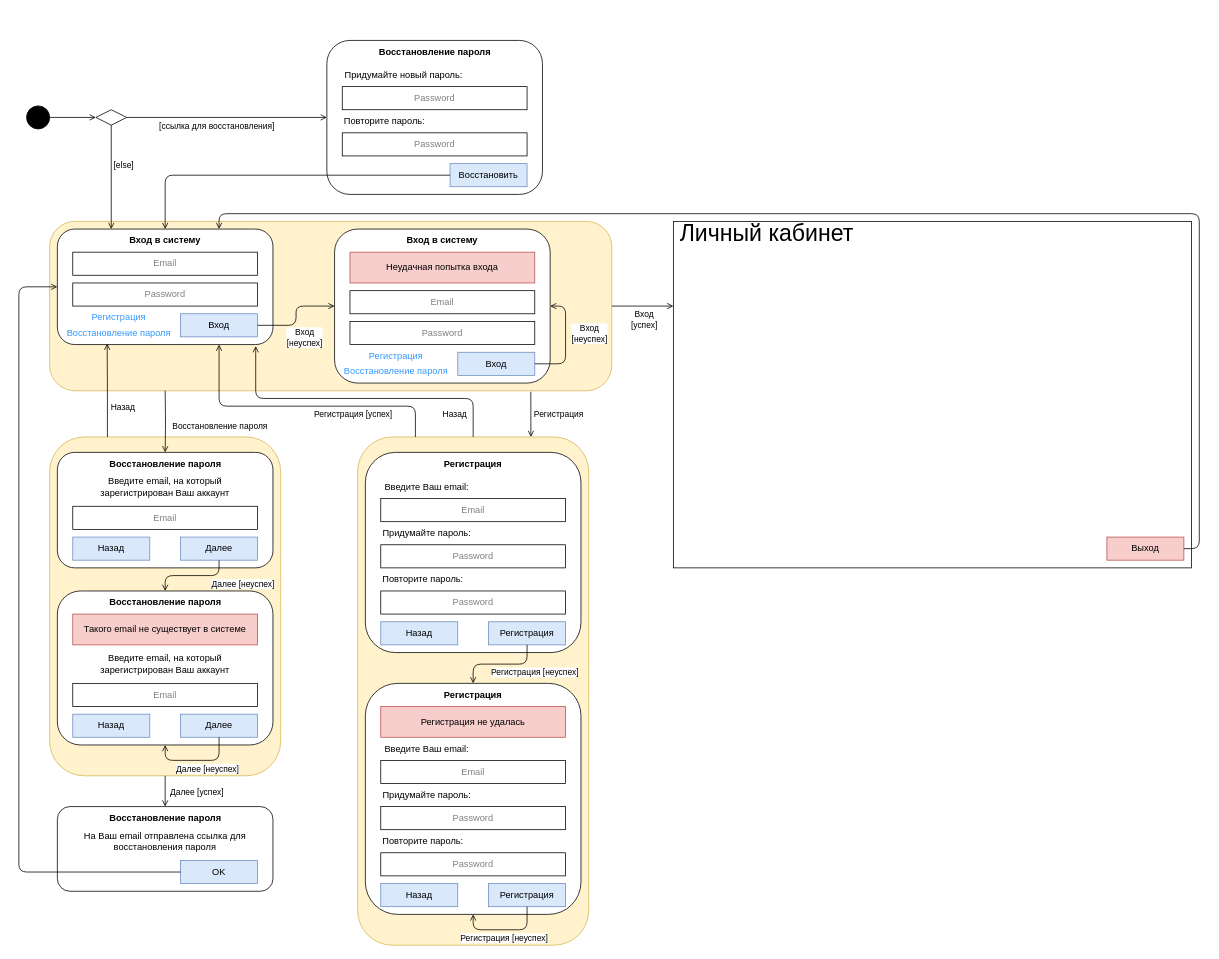
Earlier version of the draw.io diagram raw/gui.drawio (aVorotnikov/micro_design). Source tidied: cells renumbered, new cells numbered last; positions are measured from the earlier drawing's top-left corner, leaving out a move shared by most shapes. Both pictures are drawn from the tidied source at 77%, with x=0, y=0 at pixel (18, 40).
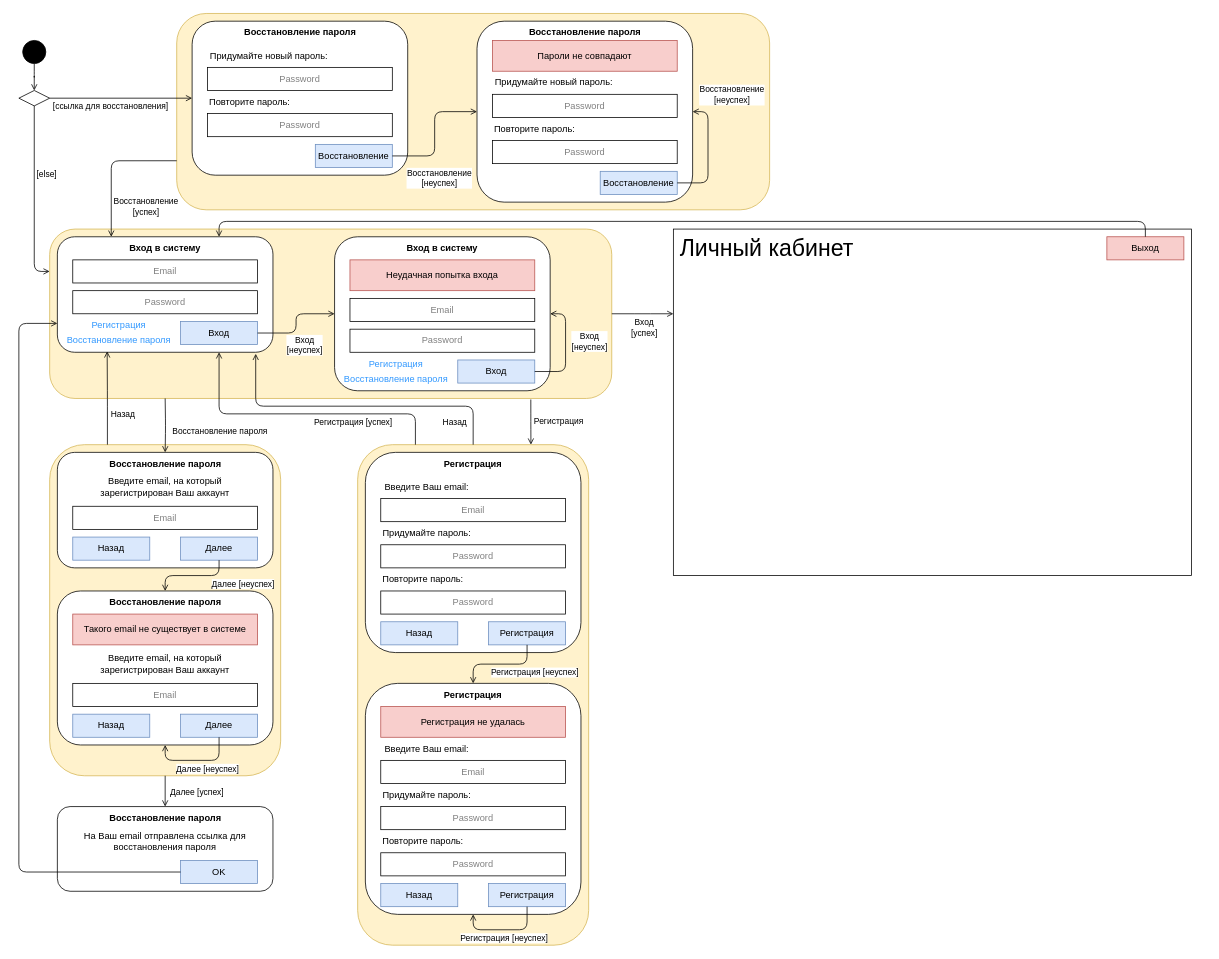
The same page after the edit.

Commit message (it also covers changes not shown here):
Неуспешный сценарий в восстановлении пароля

The change refers to these unchanged cells:
```xml
<mxCell id="21" value="&lt;b&gt;Восстановление пароля&lt;/b&gt;" style="text;html=1;strokeColor=none;fillColor=none;align=center;verticalAlign=middle;whiteSpace=wrap;rounded=0;" parent="1" vertex="1">
  <mxGeometry x="102.5" y="535" width="175" height="30" as="geometry" />
</mxCell>
<mxCell id="36" value="OK" style="rounded=0;whiteSpace=wrap;html=1;fillColor=#dae8fc;strokeColor=#6c8ebf;" parent="1" vertex="1">
  <mxGeometry x="210" y="1065" width="100" height="30" as="geometry" />
</mxCell>
<mxCell id="94" style="edgeStyle=orthogonalEdgeStyle;rounded=1;jettySize=auto;html=1;endArrow=open;endFill=0;curved=0;exitX=1;exitY=0.5;exitDx=0;exitDy=0;entryX=0;entryY=0.5;entryDx=0;entryDy=0;" parent="1" edge="1" source="91" target="96">
  <mxGeometry relative="1" as="geometry" />
</mxCell>
```

The edit, as a diff of the source:
```diff
@@
+    <mxCell id="104" style="rounded=1;whiteSpace=wrap;html=1;fillColor=#fff2cc;strokeColor=#d6b656;" parent="1" vertex="1">
+      <mxGeometry x="205" y="-35" width="770" height="255" as="geometry" />
+    </mxCell>
     <mxCell id="2" style="rounded=1;whiteSpace=wrap;html=1;fillColor=#fff2cc;strokeColor=#d6b656;" parent="1" vertex="1">
-      <mxGeometry x="440" y="515" width="300" height="660" as="geometry" />
+      <mxGeometry x="440" y="525" width="300" height="650" as="geometry" />
     </mxCell>
     <mxCell id="3" style="rounded=1;whiteSpace=wrap;html=1;fillColor=#fff2cc;strokeColor=#d6b656;" parent="1" vertex="1">
-      <mxGeometry x="40" y="515" width="300" height="440" as="geometry" />
+      <mxGeometry x="40" y="525" width="300" height="430" as="geometry" />
     </mxCell>
     <mxCell id="4" style="rounded=1;whiteSpace=wrap;html=1;fillColor=#fff2cc;strokeColor=#d6b656;" parent="1" vertex="1">
-      <mxGeometry x="40" y="235" width="730" height="220" as="geometry" />
+      <mxGeometry x="40" y="245" width="730" height="220" as="geometry" />
     </mxCell>
     <mxCell id="5" style="rounded=1;whiteSpace=wrap;html=1;" parent="1" vertex="1">
-      <mxGeometry x="50" y="245" width="280" height="150" as="geometry" />
+      <mxGeometry x="50" y="255" width="280" height="150" as="geometry" />
     </mxCell>
     <mxCell id="6" value="&lt;b&gt;Вход в систему&lt;/b&gt;" style="text;html=1;strokeColor=none;fillColor=none;align=center;verticalAlign=middle;whiteSpace=wrap;rounded=0;" parent="1" vertex="1">
-      <mxGeometry x="135" y="245" width="110" height="30" as="geometry" />
+      <mxGeometry x="135" y="255" width="110" height="30" as="geometry" />
     </mxCell>
     <mxCell id="7" value="Email" style="rounded=0;whiteSpace=wrap;html=1;fontColor=#808080;" parent="1" vertex="1">
-      <mxGeometry x="70" y="275" width="240" height="30" as="geometry" />
+      <mxGeometry x="70" y="285" width="240" height="30" as="geometry" />
     </mxCell>
     <mxCell id="8" value="Password" style="rounded=0;whiteSpace=wrap;html=1;fontColor=#808080;" parent="1" vertex="1">
-      <mxGeometry x="70" y="315" width="240" height="30" as="geometry" />
+      <mxGeometry x="70" y="325" width="240" height="30" as="geometry" />
     </mxCell>
     <mxCell id="9" value="Вход" style="rounded=0;whiteSpace=wrap;html=1;fillColor=#dae8fc;strokeColor=#6c8ebf;" parent="1" vertex="1">
-      <mxGeometry x="210" y="355" width="100" height="30" as="geometry" />
+      <mxGeometry x="210" y="365" width="100" height="30" as="geometry" />
     </mxCell>
     <mxCell id="10" value="&lt;font color=&quot;#3399ff&quot;&gt;Регистрация&lt;/font&gt;" style="text;html=1;strokeColor=none;fillColor=none;align=center;verticalAlign=middle;whiteSpace=wrap;rounded=0;" parent="1" vertex="1">
-      <mxGeometry x="90" y="345" width="80" height="30" as="geometry" />
+      <mxGeometry x="90" y="355" width="80" height="30" as="geometry" />
     </mxCell>
     <mxCell id="11" value="&lt;font color=&quot;#3399ff&quot;&gt;Восстановление пароля&lt;/font&gt;" style="text;html=1;strokeColor=none;fillColor=none;align=center;verticalAlign=middle;whiteSpace=wrap;rounded=0;" parent="1" vertex="1">
-      <mxGeometry x="50" y="365" width="160" height="30" as="geometry" />
+      <mxGeometry x="50" y="375" width="160" height="30" as="geometry" />
     </mxCell>
     <mxCell id="12" style="rounded=1;whiteSpace=wrap;html=1;" parent="1" vertex="1">
-      <mxGeometry x="410" y="245" width="280" height="200" as="geometry" />
+      <mxGeometry x="410" y="255" width="280" height="200" as="geometry" />
     </mxCell>
     <mxCell id="13" value="&lt;b&gt;Вход в систему&lt;/b&gt;" style="text;html=1;strokeColor=none;fillColor=none;align=center;verticalAlign=middle;whiteSpace=wrap;rounded=0;" parent="1" vertex="1">
-      <mxGeometry x="495" y="245" width="110" height="30" as="geometry" />
+      <mxGeometry x="495" y="255" width="110" height="30" as="geometry" />
     </mxCell>
     <mxCell id="14" value="Email" style="rounded=0;whiteSpace=wrap;html=1;fontColor=#808080;" parent="1" vertex="1">
-      <mxGeometry x="430" y="325" width="240" height="30" as="geometry" />
+      <mxGeometry x="430" y="335" width="240" height="30" as="geometry" />
     </mxCell>
     <mxCell id="15" value="Password" style="rounded=0;whiteSpace=wrap;html=1;fontColor=#808080;" parent="1" vertex="1">
-      <mxGeometry x="430" y="365" width="240" height="30" as="geometry" />
+      <mxGeometry x="430" y="375" width="240" height="30" as="geometry" />
     </mxCell>
     <mxCell id="16" value="Вход" style="rounded=0;whiteSpace=wrap;html=1;fillColor=#dae8fc;strokeColor=#6c8ebf;" parent="1" vertex="1">
-      <mxGeometry x="570" y="405" width="100" height="30" as="geometry" />
+      <mxGeometry x="570" y="415" width="100" height="30" as="geometry" />
     </mxCell>
     <mxCell id="17" value="&lt;font color=&quot;#3399ff&quot;&gt;Регистрация&lt;/font&gt;" style="text;html=1;strokeColor=none;fillColor=none;align=center;verticalAlign=middle;whiteSpace=wrap;rounded=0;" parent="1" vertex="1">
-      <mxGeometry x="450" y="395" width="80" height="30" as="geometry" />
+      <mxGeometry x="450" y="405" width="80" height="30" as="geometry" />
     </mxCell>
     <mxCell id="18" value="&lt;font color=&quot;#3399ff&quot;&gt;Восстановление пароля&lt;/font&gt;" style="text;html=1;strokeColor=none;fillColor=none;align=center;verticalAlign=middle;whiteSpace=wrap;rounded=0;" parent="1" vertex="1">
-      <mxGeometry x="410" y="415" width="160" height="30" as="geometry" />
+      <mxGeometry x="410" y="425" width="160" height="30" as="geometry" />
     </mxCell>
     <mxCell id="19" value="Неудачная попытка входа" style="rounded=0;whiteSpace=wrap;html=1;fillColor=#f8cecc;strokeColor=#b85450;" parent="1" vertex="1">
-      <mxGeometry x="430" y="275" width="240" height="40" as="geometry" />
+      <mxGeometry x="430" y="285" width="240" height="40" as="geometry" />
     </mxCell>
@@
     <mxCell id="56" style="rounded=0;whiteSpace=wrap;html=1;" parent="1" vertex="1">
-      <mxGeometry x="850" y="235" width="673" height="450" as="geometry" />
+      <mxGeometry x="850" y="245" width="673" height="450" as="geometry" />
     </mxCell>
     <mxCell id="57" value="&lt;font style=&quot;font-size: 30px;&quot;&gt;Личный кабинет&lt;/font&gt;" style="text;html=1;strokeColor=none;fillColor=none;align=center;verticalAlign=middle;whiteSpace=wrap;rounded=0;" parent="1" vertex="1">
-      <mxGeometry x="850" y="235" width="243" height="30" as="geometry" />
+      <mxGeometry x="850" y="255" width="243" height="30" as="geometry" />
     </mxCell>
     <mxCell id="58" value="Выход" style="rounded=0;whiteSpace=wrap;html=1;fillColor=#f8cecc;strokeColor=#b85450;" parent="1" vertex="1">
-      <mxGeometry x="1413" y="645" width="100" height="30" as="geometry" />
+      <mxGeometry x="1413" y="255" width="100" height="30" as="geometry" />
     </mxCell>
-    <mxCell id="59" style="edgeStyle=orthogonalEdgeStyle;rounded=1;jettySize=auto;html=1;endArrow=open;endFill=0;curved=0;entryX=0;entryY=0.5;entryDx=0;entryDy=0;" parent="1" edge="1" source="60" target="91">
+    <mxCell id="59" style="edgeStyle=orthogonalEdgeStyle;rounded=1;jettySize=auto;html=1;endArrow=open;endFill=0;curved=0;entryX=0.5;entryY=0;entryDx=0;entryDy=0;" parent="1" edge="1" source="60" target="91">
       <mxGeometry relative="1" as="geometry" />
     </mxCell>
     <mxCell id="60" style="ellipse;fillColor=strokeColor;html=1;" parent="1" vertex="1">
-      <mxGeometry x="10" y="85" width="30" height="30" as="geometry" />
+      <mxGeometry x="5" width="30" height="30" as="geometry" />
     </mxCell>
@@
     <mxCell id="63" style="edgeStyle=orthogonalEdgeStyle;rounded=1;jettySize=auto;html=1;entryX=1;entryY=0.5;entryDx=0;entryDy=0;endArrow=open;endFill=0;exitX=1;exitY=0.5;exitDx=0;exitDy=0;curved=0;" parent="1" edge="1" source="16" target="12">
       <mxGeometry relative="1" as="geometry">
         <Array as="points">
-          <mxPoint x="710" y="420" />
-          <mxPoint x="710" y="345" />
+          <mxPoint x="710" y="430" />
+          <mxPoint x="710" y="355" />
         </Array>
       </mxGeometry>
     </mxCell>
@@
     <mxCell id="65" style="edgeStyle=orthogonalEdgeStyle;rounded=1;jettySize=auto;html=1;endArrow=open;endFill=0;exitX=1;exitY=0.5;exitDx=0;exitDy=0;curved=0;" parent="1" edge="1" source="4">
       <mxGeometry relative="1" as="geometry">
-        <mxPoint x="850" y="345" as="targetPoint" />
+        <mxPoint x="850" y="355" as="targetPoint" />
       </mxGeometry>
     </mxCell>
@@
-    <mxCell id="75" style="edgeStyle=orthogonalEdgeStyle;rounded=1;jettySize=auto;html=1;entryX=0;entryY=0.5;entryDx=0;entryDy=0;endArrow=open;endFill=0;exitX=0;exitY=0.5;exitDx=0;exitDy=0;curved=0;" parent="1" edge="1" source="36" target="5">
+    <mxCell id="75" style="edgeStyle=orthogonalEdgeStyle;rounded=1;jettySize=auto;html=1;entryX=0;entryY=0.75;entryDx=0;entryDy=0;endArrow=open;endFill=0;exitX=0;exitY=0.5;exitDx=0;exitDy=0;curved=0;" parent="1" edge="1" source="36" target="5">
       <mxGeometry relative="1" as="geometry">
         <Array as="points">
           <mxPoint y="1080" />
-          <mxPoint y="320" />
+          <mxPoint y="368" />
         </Array>
       </mxGeometry>
     </mxCell>
     <mxCell id="76" style="edgeStyle=orthogonalEdgeStyle;rounded=1;jettySize=auto;html=1;entryX=0.5;entryY=0;entryDx=0;entryDy=0;endArrow=open;endFill=0;curved=0;" parent="1" edge="1" target="21">
       <mxGeometry relative="1" as="geometry">
-        <mxPoint x="190" y="455" as="sourcePoint" />
+        <mxPoint x="190" y="465" as="sourcePoint" />
       </mxGeometry>
     </mxCell>
@@
     <mxCell id="86" style="edgeStyle=orthogonalEdgeStyle;rounded=1;jettySize=auto;html=1;entryX=0.92;entryY=1.013;entryDx=0;entryDy=0;endArrow=open;endFill=0;exitX=0.5;exitY=0;exitDx=0;exitDy=0;curved=0;entryPerimeter=0;" parent="1" edge="1" source="2" target="5">
       <mxGeometry relative="1" as="geometry">
         <Array as="points">
-          <mxPoint x="590" y="465" />
-          <mxPoint x="308" y="465" />
+          <mxPoint x="590" y="475" />
+          <mxPoint x="308" y="475" />
         </Array>
       </mxGeometry>
     </mxCell>
@@
     <mxCell id="88" style="edgeStyle=orthogonalEdgeStyle;rounded=1;jettySize=auto;html=1;entryX=0.75;entryY=1;entryDx=0;entryDy=0;endArrow=open;endFill=0;exitX=0.25;exitY=0;exitDx=0;exitDy=0;curved=0;" parent="1" edge="1" source="2" target="5">
       <mxGeometry relative="1" as="geometry">
         <Array as="points">
-          <mxPoint x="515" y="475" />
-          <mxPoint x="260" y="475" />
+          <mxPoint x="515" y="485" />
+          <mxPoint x="260" y="485" />
         </Array>
       </mxGeometry>
     </mxCell>
@@
-    <mxCell id="90" style="edgeStyle=orthogonalEdgeStyle;rounded=1;jettySize=auto;html=1;entryX=0.75;entryY=0;entryDx=0;entryDy=0;endArrow=open;endFill=0;exitX=1;exitY=0.5;exitDx=0;exitDy=0;curved=0;" parent="1" edge="1" source="58" target="5">
+    <mxCell id="90" style="edgeStyle=orthogonalEdgeStyle;rounded=1;jettySize=auto;html=1;entryX=0.75;entryY=0;entryDx=0;entryDy=0;endArrow=open;endFill=0;exitX=0.5;exitY=0;exitDx=0;exitDy=0;curved=0;" parent="1" edge="1" source="58" target="5">
       <mxGeometry relative="1" as="geometry" />
     </mxCell>
     <mxCell id="91" style="rhombus;whiteSpace=wrap;html=1;" parent="1" vertex="1">
-      <mxGeometry x="100" y="90" width="40" height="20" as="geometry" />
+      <mxGeometry y="65" width="40" height="20" as="geometry" />
     </mxCell>
-    <mxCell id="92" style="edgeStyle=orthogonalEdgeStyle;rounded=1;jettySize=auto;html=1;endArrow=open;endFill=0;curved=0;entryX=0.25;entryY=0;entryDx=0;entryDy=0;exitX=0.5;exitY=1;exitDx=0;exitDy=0;" parent="1" edge="1" source="91" target="5">
+    <mxCell id="92" style="edgeStyle=orthogonalEdgeStyle;rounded=1;jettySize=auto;html=1;endArrow=open;endFill=0;curved=0;entryX=0;entryY=0.25;entryDx=0;entryDy=0;exitX=0.5;exitY=1;exitDx=0;exitDy=0;" parent="1" edge="1" source="91" target="4">
       <mxGeometry relative="1" as="geometry" />
     </mxCell>
@@
     <mxCell id="95" value="[ссылка для восстановления]" style="edgeLabel;html=1;align=center;verticalAlign=middle;" parent="94" vertex="1">
       <mxGeometry x="-0.25" relative="1" as="geometry">
-        <mxPoint x="18" y="10" as="offset" />
+        <mxPoint x="9" y="10" as="offset" />
       </mxGeometry>
     </mxCell>
     <mxCell id="96" style="rounded=1;whiteSpace=wrap;html=1;" parent="1" vertex="1">
-      <mxGeometry x="400" width="280" height="200" as="geometry" />
+      <mxGeometry x="225" y="-25" width="280" height="200" as="geometry" />
     </mxCell>
     <mxCell id="97" value="&lt;b&gt;Восстановление пароля&lt;/b&gt;" style="text;html=1;strokeColor=none;fillColor=none;align=center;verticalAlign=middle;whiteSpace=wrap;rounded=0;" parent="1" vertex="1">
-      <mxGeometry x="462.5" width="155" height="30" as="geometry" />
+      <mxGeometry x="287.5" y="-25" width="155" height="30" as="geometry" />
     </mxCell>
     <mxCell id="98" value="Password" style="rounded=0;whiteSpace=wrap;html=1;fontColor=#808080;" parent="1" vertex="1">
-      <mxGeometry x="420" y="60" width="240" height="30" as="geometry" />
+      <mxGeometry x="245" y="35" width="240" height="30" as="geometry" />
     </mxCell>
-    <mxCell id="99" value="Восстановить" style="rounded=0;whiteSpace=wrap;html=1;fillColor=#dae8fc;strokeColor=#6c8ebf;" parent="1" vertex="1">
-      <mxGeometry x="560" y="160" width="100" height="30" as="geometry" />
+    <mxCell id="99" value="Восстановление" style="rounded=0;whiteSpace=wrap;html=1;fillColor=#dae8fc;strokeColor=#6c8ebf;" parent="1" vertex="1">
+      <mxGeometry x="385" y="135" width="100" height="30" as="geometry" />
     </mxCell>
     <mxCell id="100" value="Придумайте новый пароль:" style="text;html=1;strokeColor=none;fillColor=none;align=center;verticalAlign=middle;whiteSpace=wrap;rounded=0;" parent="1" vertex="1">
-      <mxGeometry x="420" y="30" width="160" height="30" as="geometry" />
+      <mxGeometry x="245" y="5" width="160" height="30" as="geometry" />
     </mxCell>
     <mxCell id="101" value="Повторите пароль:" style="text;html=1;strokeColor=none;fillColor=none;align=center;verticalAlign=middle;whiteSpace=wrap;rounded=0;" parent="1" vertex="1">
-      <mxGeometry x="420" y="90" width="110" height="30" as="geometry" />
+      <mxGeometry x="245" y="65" width="110" height="30" as="geometry" />
     </mxCell>
     <mxCell id="102" value="Password" style="rounded=0;whiteSpace=wrap;html=1;fontColor=#808080;" parent="1" vertex="1">
-      <mxGeometry x="420" y="120" width="240" height="30" as="geometry" />
+      <mxGeometry x="245" y="95" width="240" height="30" as="geometry" />
     </mxCell>
-    <mxCell id="103" style="edgeStyle=orthogonalEdgeStyle;rounded=1;jettySize=auto;html=1;endArrow=open;endFill=0;curved=0;entryX=0.5;entryY=0;entryDx=0;entryDy=0;exitX=0;exitY=0.5;exitDx=0;exitDy=0;" parent="1" edge="1" source="99" target="6">
-      <mxGeometry relative="1" as="geometry" />
-    </mxCell>
+    <mxCell id="105" style="rounded=1;whiteSpace=wrap;html=1;" parent="1" vertex="1">
+      <mxGeometry x="595" y="-25" width="280" height="235" as="geometry" />
+    </mxCell>
+    <mxCell id="106" value="&lt;b&gt;Восстановление пароля&lt;/b&gt;" style="text;html=1;strokeColor=none;fillColor=none;align=center;verticalAlign=middle;whiteSpace=wrap;rounded=0;" parent="1" vertex="1">
+      <mxGeometry x="657.5" y="-25" width="155" height="30" as="geometry" />
+    </mxCell>
+    <mxCell id="107" value="Password" style="rounded=0;whiteSpace=wrap;html=1;fontColor=#808080;" parent="1" vertex="1">
+      <mxGeometry x="615" y="70" width="240" height="30" as="geometry" />
+    </mxCell>
+    <mxCell id="108" value="Восстановление" style="rounded=0;whiteSpace=wrap;html=1;fillColor=#dae8fc;strokeColor=#6c8ebf;" parent="1" vertex="1">
+      <mxGeometry x="755" y="170" width="100" height="30" as="geometry" />
+    </mxCell>
+    <mxCell id="109" value="Придумайте новый пароль:" style="text;html=1;strokeColor=none;fillColor=none;align=center;verticalAlign=middle;whiteSpace=wrap;rounded=0;" parent="1" vertex="1">
+      <mxGeometry x="615" y="40" width="160" height="30" as="geometry" />
+    </mxCell>
+    <mxCell id="110" value="Повторите пароль:" style="text;html=1;strokeColor=none;fillColor=none;align=center;verticalAlign=middle;whiteSpace=wrap;rounded=0;" parent="1" vertex="1">
+      <mxGeometry x="615" y="100" width="110" height="30" as="geometry" />
+    </mxCell>
+    <mxCell id="111" value="Password" style="rounded=0;whiteSpace=wrap;html=1;fontColor=#808080;" parent="1" vertex="1">
+      <mxGeometry x="615" y="130" width="240" height="30" as="geometry" />
+    </mxCell>
+    <mxCell id="112" value="Пароли не совпадают" style="rounded=0;whiteSpace=wrap;html=1;fillColor=#f8cecc;strokeColor=#b85450;" parent="1" vertex="1">
+      <mxGeometry x="615" width="240" height="40" as="geometry" />
+    </mxCell>
+    <mxCell id="113" style="edgeStyle=orthogonalEdgeStyle;rounded=1;jettySize=auto;html=1;endArrow=open;endFill=0;curved=0;exitX=1;exitY=0.5;exitDx=0;exitDy=0;entryX=0;entryY=0.5;entryDx=0;entryDy=0;" parent="1" edge="1" source="99" target="105">
+      <mxGeometry relative="1" as="geometry" />
+    </mxCell>
+    <mxCell id="114" value="Восстановление&lt;br&gt;[неуспех]" style="edgeLabel;html=1;align=center;verticalAlign=middle;" parent="113" vertex="1">
+      <mxGeometry x="-0.25" relative="1" as="geometry">
+        <mxPoint x="5" y="36" as="offset" />
+      </mxGeometry>
+    </mxCell>
+    <mxCell id="115" style="edgeStyle=orthogonalEdgeStyle;rounded=1;jettySize=auto;html=1;endArrow=open;endFill=0;curved=0;exitX=1;exitY=0.5;exitDx=0;exitDy=0;entryX=1;entryY=0.5;entryDx=0;entryDy=0;" parent="1" edge="1" source="108" target="105">
+      <mxGeometry relative="1" as="geometry">
+        <Array as="points">
+          <mxPoint x="895" y="185" />
+          <mxPoint x="895" y="93" />
+        </Array>
+      </mxGeometry>
+    </mxCell>
+    <mxCell id="116" value="Восстановление&lt;br&gt;[неуспех]" style="edgeLabel;html=1;align=center;verticalAlign=middle;" parent="115" vertex="1">
+      <mxGeometry x="-0.25" relative="1" as="geometry">
+        <mxPoint x="30" y="-98" as="offset" />
+      </mxGeometry>
+    </mxCell>
+    <mxCell id="117" style="edgeStyle=orthogonalEdgeStyle;rounded=1;jettySize=auto;html=1;endArrow=open;endFill=0;curved=0;exitX=0;exitY=0.75;exitDx=0;exitDy=0;entryX=0.25;entryY=0;entryDx=0;entryDy=0;" parent="1" edge="1" source="104" target="5">
+      <mxGeometry relative="1" as="geometry" />
+    </mxCell>
+    <mxCell id="118" value="Восстановление&lt;br&gt;[успех]" style="edgeLabel;html=1;align=center;verticalAlign=middle;" parent="117" vertex="1">
+      <mxGeometry x="-0.25" relative="1" as="geometry">
+        <mxPoint x="28" y="59" as="offset" />
+      </mxGeometry>
+    </mxCell>
```
